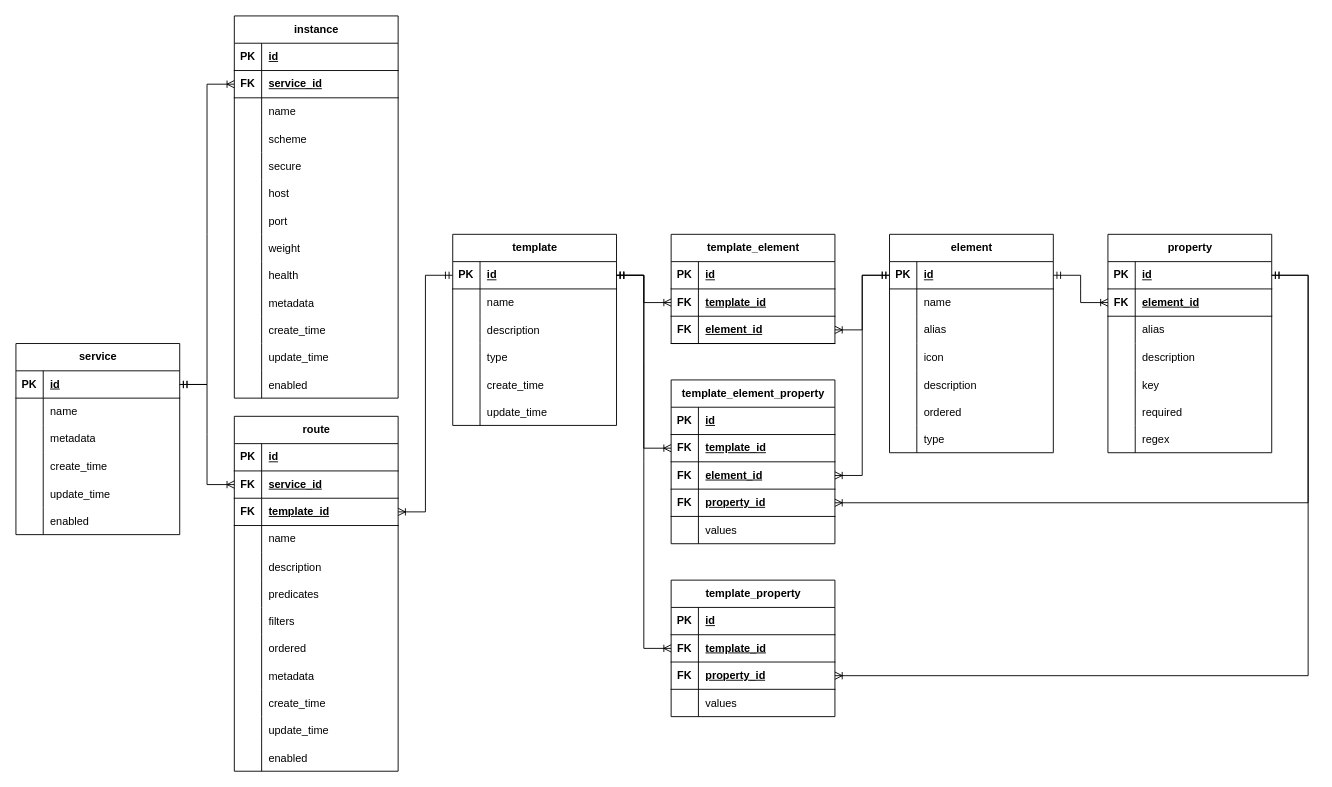
yameizi001/spoiler_gateway keeps this draw.io diagram as spoiler_gateway_ER.drawio. Above is the earlier version. Source tidied: cells renumbered, new cells numbered last; positions are measured from the earlier drawing's top-left corner, leaving out a move shared by most shapes. Both pictures are drawn from the tidied source at 91%, with x=0, y=0 at pixel (15, 15).
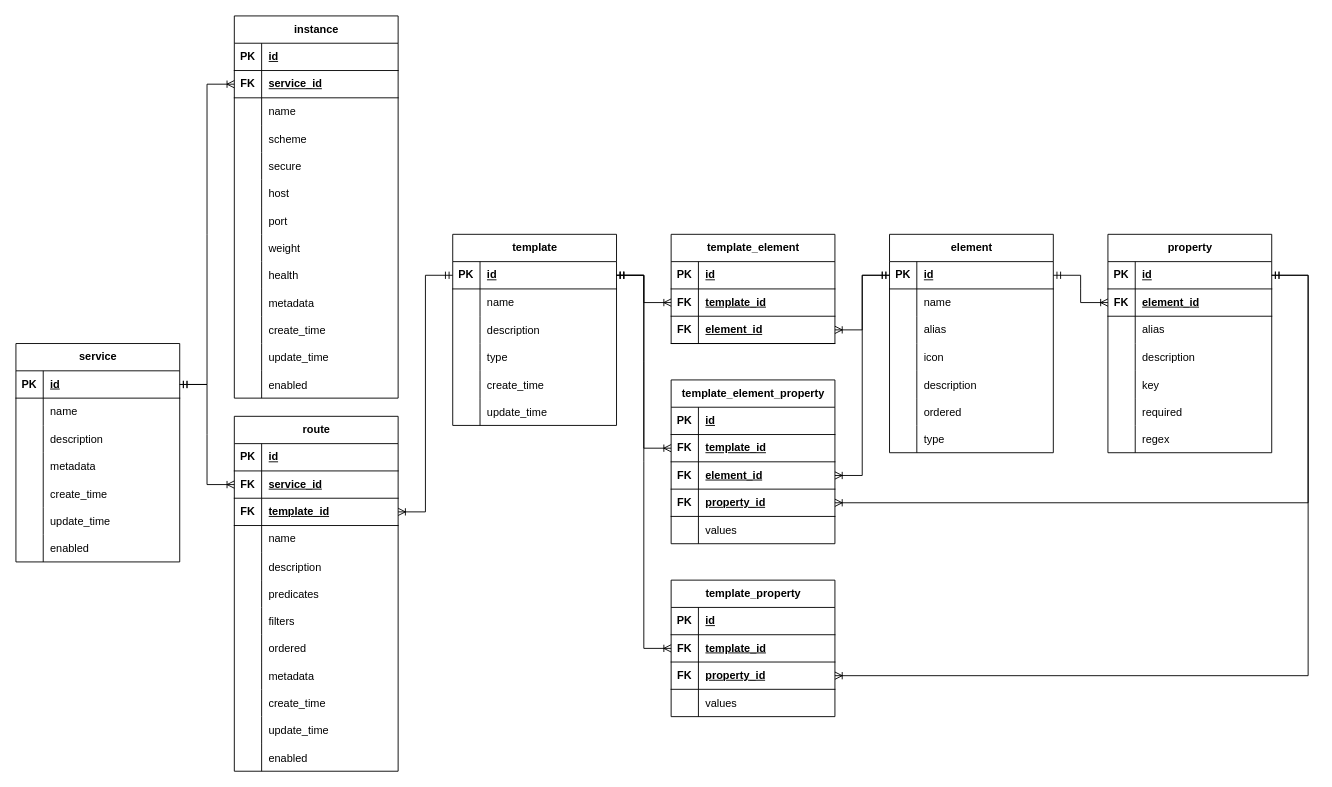
After the change.

The edit, as a diff of the source:
```diff
@@
     <mxCell id="2" value="service" style="shape=table;startSize=30;childLayout=tableLayout;rowLines=0;fontStyle=1;align=center;html=1;" parent="1" vertex="1">
-      <mxGeometry y="360" width="180" height="210" as="geometry" />
+      <mxGeometry y="360" width="180" height="240" as="geometry" />
     </mxCell>
@@
+    <mxCell id="211" style="shape=tableRow;horizontal=0;startSize=0;swimlaneHead=0;swimlaneBody=0;fillColor=none;top=0;left=0;right=0;bottom=0;" parent="2" vertex="1">
+      <mxGeometry y="90" width="180" height="30" as="geometry" />
+    </mxCell>
+    <mxCell id="212" style="shape=partialRectangle;fillColor=none;top=0;left=0;bottom=0;right=0;overflow=hidden;" parent="211" vertex="1">
+      <mxGeometry width="30" height="30" as="geometry" />
+    </mxCell>
+    <mxCell id="213" value="description" style="shape=partialRectangle;fillColor=none;top=0;left=0;bottom=0;right=0;align=left;spacingLeft=6;overflow=hidden;" parent="211" vertex="1">
+      <mxGeometry x="30" width="150" height="30" as="geometry" />
+    </mxCell>
     <mxCell id="9" style="shape=tableRow;horizontal=0;startSize=0;swimlaneHead=0;swimlaneBody=0;fillColor=none;top=0;left=0;right=0;bottom=0;" parent="2" vertex="1">
-      <mxGeometry y="90" width="180" height="30" as="geometry" />
+      <mxGeometry y="120" width="180" height="30" as="geometry" />
     </mxCell>
@@
     <mxCell id="12" style="shape=tableRow;horizontal=0;startSize=0;swimlaneHead=0;swimlaneBody=0;fillColor=none;top=0;left=0;right=0;bottom=0;" parent="2" vertex="1">
-      <mxGeometry y="120" width="180" height="30" as="geometry" />
+      <mxGeometry y="150" width="180" height="30" as="geometry" />
     </mxCell>
@@
     <mxCell id="15" style="shape=tableRow;horizontal=0;startSize=0;swimlaneHead=0;swimlaneBody=0;fillColor=none;top=0;left=0;right=0;bottom=0;" parent="2" vertex="1">
-      <mxGeometry y="150" width="180" height="30" as="geometry" />
+      <mxGeometry y="180" width="180" height="30" as="geometry" />
     </mxCell>
@@
     <mxCell id="18" style="shape=tableRow;horizontal=0;startSize=0;swimlaneHead=0;swimlaneBody=0;fillColor=none;top=0;left=0;right=0;bottom=0;" parent="2" vertex="1">
-      <mxGeometry y="180" width="180" height="30" as="geometry" />
+      <mxGeometry y="210" width="180" height="30" as="geometry" />
     </mxCell>
```
